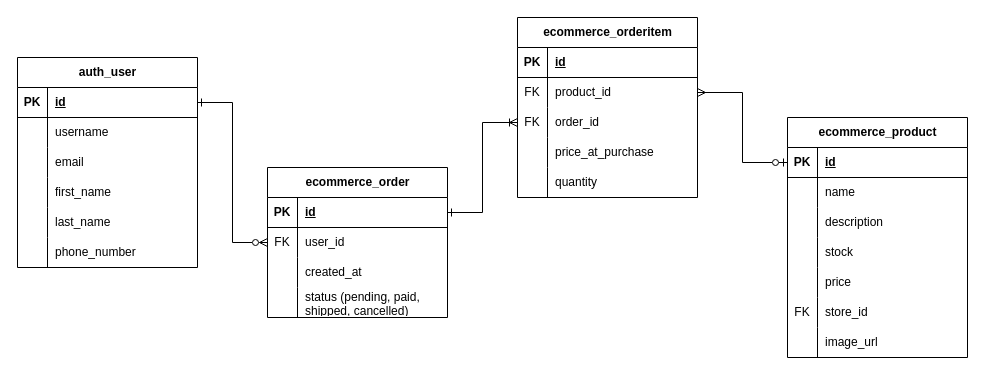
The draw.io diagram page "Order a product" (3 of 3) of E-Commerce API ERD.drawio in RHILIUS/drawio, before the edit. Source tidied: cells renumbered, new cells numbered last; positions are measured from the earlier drawing's top-left corner, leaving out a move shared by most shapes. Both pictures are drawn from the tidied source at 100%, with x=0, y=0 at pixel (17, 17).
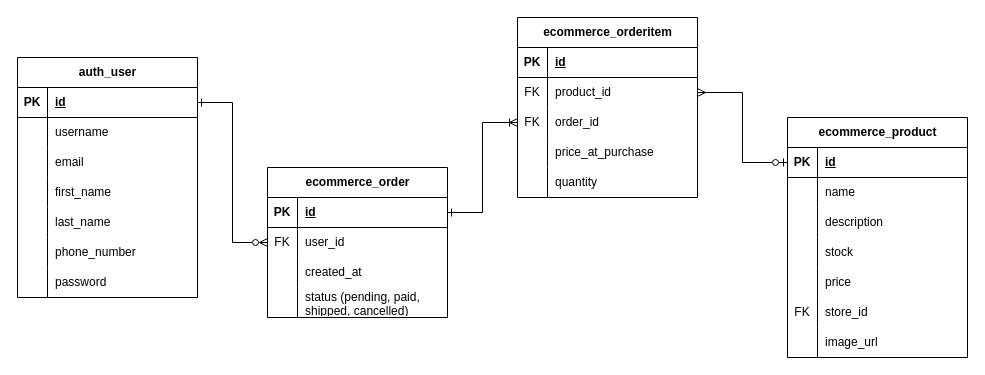
After the change.

The edit, as a diff of the source:
```diff
@@
     <mxCell id="2" value="auth_user" style="shape=table;startSize=30;childLayout=tableLayout;rowLines=0;fontStyle=1;align=center;html=1;" parent="1" vertex="1">
-      <mxGeometry y="40" width="180" height="210" as="geometry" />
+      <mxGeometry y="40" width="180" height="240" as="geometry" />
     </mxCell>
@@
+    <mxCell id="75" style="shape=tableRow;horizontal=0;startSize=0;swimlaneHead=0;swimlaneBody=0;fillColor=none;top=0;left=0;right=0;bottom=0;" parent="2" vertex="1">
+      <mxGeometry y="210" width="180" height="30" as="geometry" />
+    </mxCell>
+    <mxCell id="76" style="shape=partialRectangle;fillColor=none;top=0;left=0;bottom=0;right=0;overflow=hidden;whiteSpace=wrap;html=1;" parent="75" vertex="1">
+      <mxGeometry width="30" height="30" as="geometry" />
+    </mxCell>
+    <mxCell id="77" value="password" style="shape=partialRectangle;fillColor=none;top=0;left=0;bottom=0;right=0;align=left;spacingLeft=6;overflow=hidden;whiteSpace=wrap;html=1;" parent="75" vertex="1">
+      <mxGeometry x="30" width="150" height="30" as="geometry" />
+    </mxCell>
```
